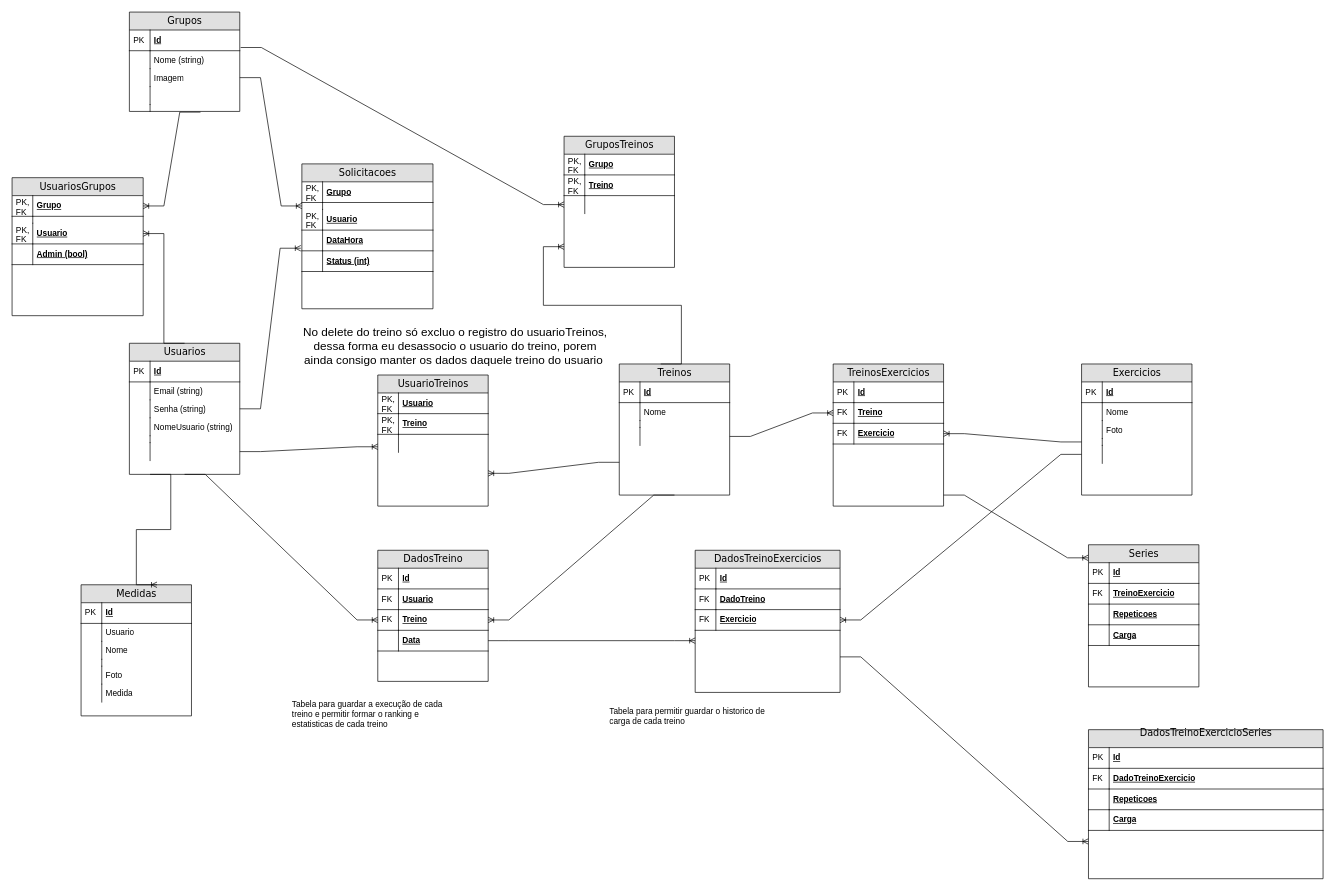
Antonio-Zago/AppTreinos keeps this draw.io diagram as DER.drawio. Above is the earlier version. Source tidied: cells renumbered, new cells numbered last; positions are measured from the earlier drawing's top-left corner, leaving out a move shared by most shapes. Both pictures are drawn from the tidied source at 69%, with x=0, y=0 at pixel (12, 12).
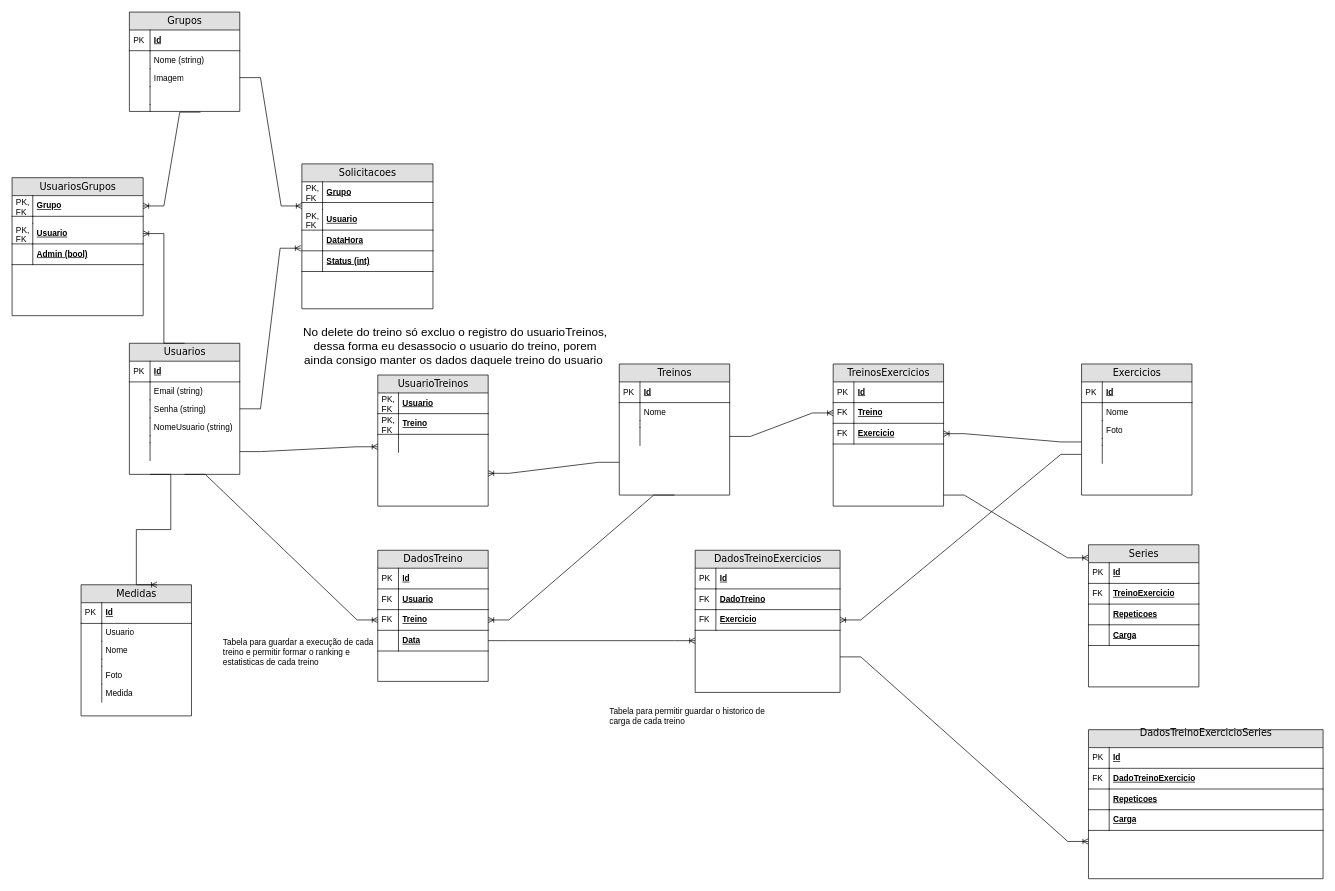
After the change.

The change refers to these unchanged cells:
```xml
<mxCell id="18" value="Nome (string)" style="shape=partialRectangle;top=0;left=0;right=0;bottom=0;html=1;align=left;verticalAlign=top;fillColor=none;spacingLeft=34;spacingRight=4;whiteSpace=wrap;overflow=hidden;points=[[0,0.5],[1,0.5]];portConstraint=eastwest;" parent="15" vertex="1">
  <mxGeometry y="56" width="160" height="26" as="geometry" />
</mxCell>
<mxCell id="50" value="Treinos" style="swimlane;html=1;fontStyle=0;horizontal=1;startSize=26;fillColor=#e0e0e0;swimlaneFillColor=#ffffff;align=center;rounded=0;shadow=0;comic=0;labelBackgroundColor=none;strokeWidth=1;fontFamily=Verdana;fontSize=14;" parent="1" vertex="1">
  <mxGeometry x="880" y="510" width="160" height="190" as="geometry" />
</mxCell>
```

Change to the diagram source:
```diff
@@
-    <mxCell id="84" value="GruposTreinos" style="swimlane;html=1;fontStyle=0;horizontal=1;startSize=26;fillColor=#e0e0e0;swimlaneFillColor=#ffffff;align=center;rounded=0;shadow=0;comic=0;labelBackgroundColor=none;strokeWidth=1;fontFamily=Verdana;fontSize=14;" parent="1" vertex="1">
-      <mxGeometry x="800" y="180" width="160" height="190" as="geometry" />
-    </mxCell>
-    <mxCell id="85" value="Grupo" style="shape=partialRectangle;top=0;left=0;right=0;bottom=1;html=1;align=left;verticalAlign=middle;fillColor=none;spacingLeft=34;spacingRight=4;whiteSpace=wrap;overflow=hidden;fontStyle=5;" parent="84" vertex="1">
-      <mxGeometry y="26" width="160" height="30" as="geometry" />
-    </mxCell>
-    <mxCell id="86" value="PK, FK" style="shape=partialRectangle;top=0;left=0;bottom=0;html=1;fillColor=none;align=left;verticalAlign=middle;spacingLeft=4;spacingRight=4;whiteSpace=wrap;overflow=hidden;" parent="85" vertex="1">
-      <mxGeometry width="30" height="30" as="geometry" />
-    </mxCell>
-    <mxCell id="87" value="Treino" style="shape=partialRectangle;top=0;left=0;right=0;bottom=1;html=1;align=left;verticalAlign=middle;fillColor=none;spacingLeft=34;spacingRight=4;whiteSpace=wrap;overflow=hidden;fontStyle=5;" parent="84" vertex="1">
-      <mxGeometry y="56" width="160" height="30" as="geometry" />
-    </mxCell>
-    <mxCell id="88" value="PK, FK" style="shape=partialRectangle;top=0;left=0;bottom=0;html=1;fillColor=none;align=left;verticalAlign=middle;spacingLeft=4;spacingRight=4;whiteSpace=wrap;overflow=hidden;" parent="87" vertex="1">
-      <mxGeometry width="30" height="30" as="geometry" />
-    </mxCell>
-    <mxCell id="89" style="shape=partialRectangle;top=0;left=0;right=0;bottom=0;html=1;align=left;verticalAlign=top;fillColor=none;spacingLeft=34;spacingRight=4;whiteSpace=wrap;overflow=hidden;points=[[0,0.5],[1,0.5]];portConstraint=eastwest;" parent="84" vertex="1">
-      <mxGeometry y="86" width="160" height="26" as="geometry" />
-    </mxCell>
-    <mxCell id="90" style="shape=partialRectangle;top=0;left=0;bottom=0;html=1;fillColor=none;align=left;verticalAlign=top;spacingLeft=4;spacingRight=4;whiteSpace=wrap;overflow=hidden;" parent="89" vertex="1">
-      <mxGeometry width="30" height="26" as="geometry" />
-    </mxCell>
@@
-    <mxCell id="114" style="edgeStyle=entityRelationEdgeStyle;fontSize=12;html=1;endArrow=ERoneToMany;rounded=0;exitX=0.375;exitY=0;exitDx=0;exitDy=0;exitPerimeter=0;" parent="1" edge="1" source="50">
-      <mxGeometry relative="1" as="geometry">
-        <mxPoint x="800" y="340" as="targetPoint" />
-        <Array as="points">
-          <mxPoint x="870" y="397" />
-        </Array>
-      </mxGeometry>
-    </mxCell>
-    <mxCell id="115" style="edgeStyle=entityRelationEdgeStyle;fontSize=12;html=1;endArrow=ERoneToMany;rounded=0;exitX=1.008;exitY=-0.179;exitDx=0;exitDy=0;exitPerimeter=0;entryX=0;entryY=0.5;entryDx=0;entryDy=0;" parent="1" edge="1" source="18" target="89">
-      <mxGeometry relative="1" as="geometry">
-        <Array as="points">
-          <mxPoint x="550" y="44" />
-          <mxPoint x="800" y="300" />
-        </Array>
-      </mxGeometry>
-    </mxCell>
     <mxCell id="116" value="Tabela para guardar a execução de cada treino e permitir formar o ranking e estatisticas de cada treino" style="text;strokeColor=none;fillColor=none;spacingLeft=4;spacingRight=4;overflow=hidden;fontSize=12;whiteSpace=wrap;html=1;" parent="1" vertex="1">
-      <mxGeometry x="400" y="990" width="250" height="70" as="geometry" />
+      <mxGeometry x="300" y="900" width="250" height="70" as="geometry" />
     </mxCell>
```
